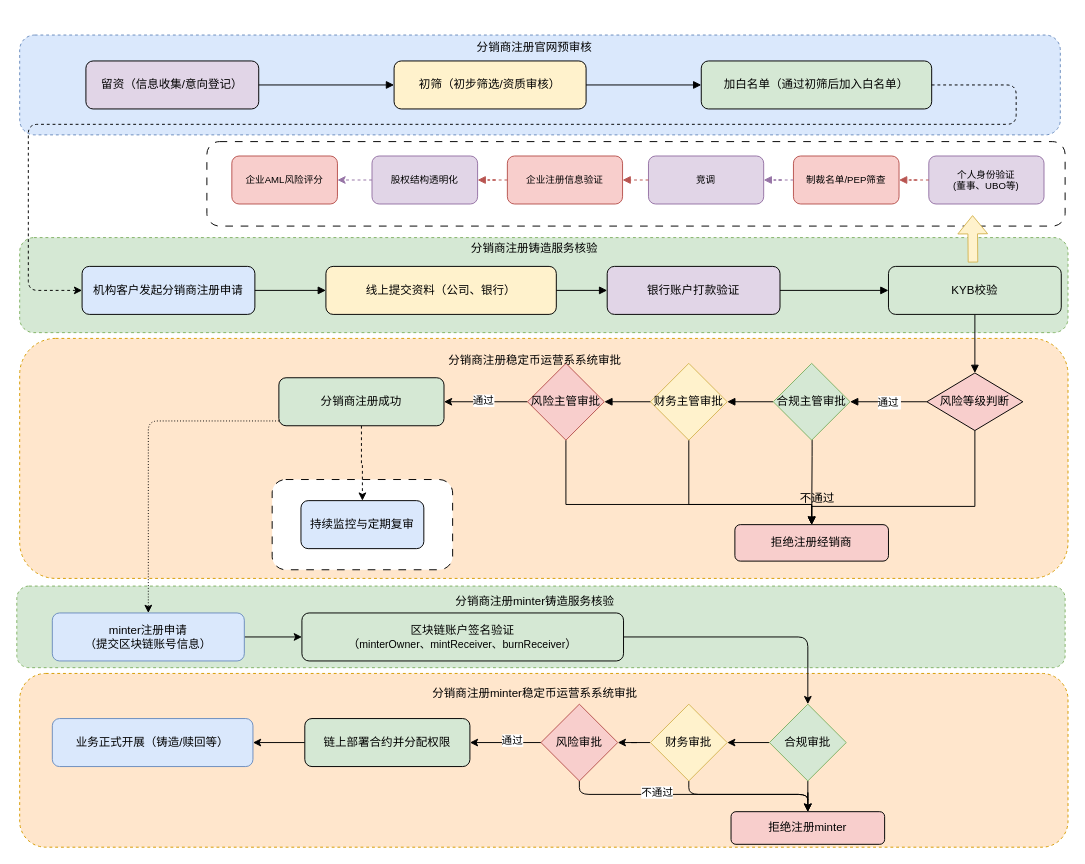
The draw.io diagram sc.drawio in mingzhenliu/doc, before the edit. Source tidied: cells renumbered, new cells numbered last; positions are measured from the earlier drawing's top-left corner, leaving out a move shared by most shapes. Both pictures are drawn from the tidied source at 96%, with x=0, y=0 at pixel (16, 16).
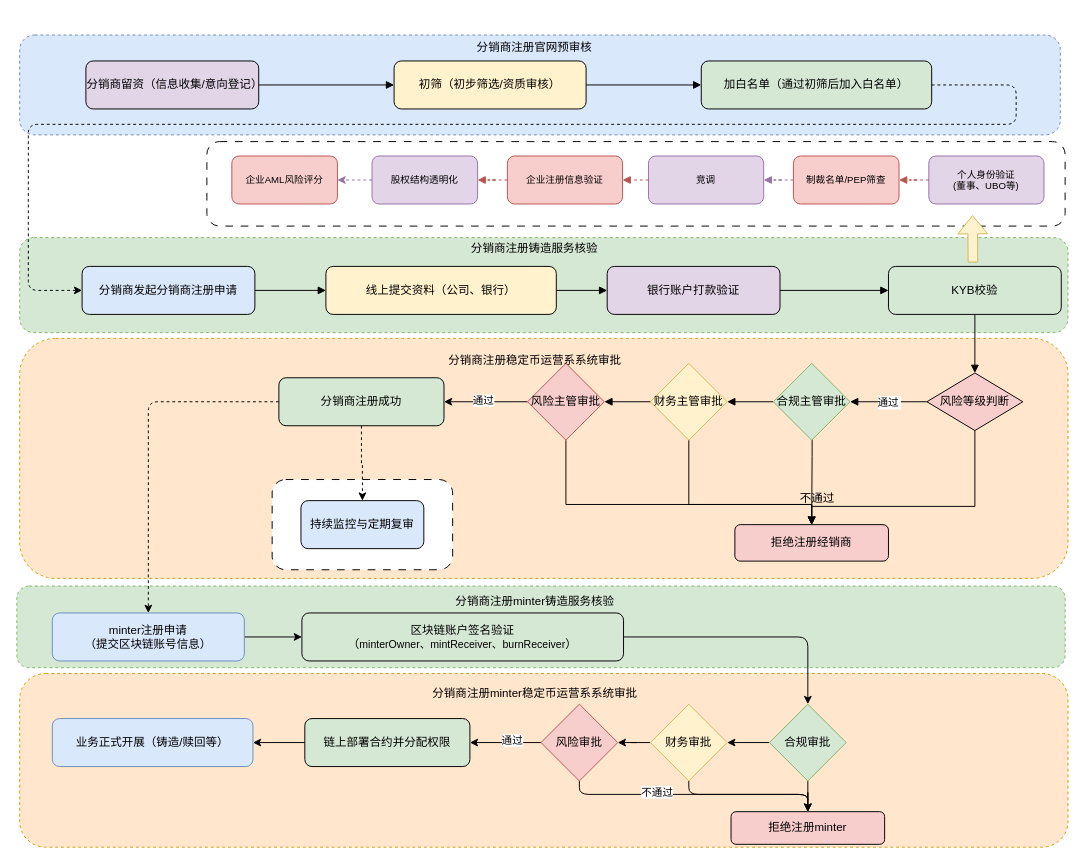
The same diagram, later.

Unchanged cells that the change refers to:
```xml
<mxCell id="19" value="minter注册申请&lt;div&gt;（提交区块链账号信息）&lt;/div&gt;" style="rounded=1;whiteSpace=wrap;html=1;fillColor=#dae8fc;flipH=1;strokeColor=#6c8ebf;" parent="1" vertex="1">
  <mxGeometry x="37" y="621" width="200" height="50" as="geometry" />
</mxCell>
<mxCell id="24" value="分销商注册成功" style="rounded=1;whiteSpace=wrap;html=1;fillColor=#d5e8d4;" parent="1" vertex="1">
  <mxGeometry x="273" y="376" width="172" height="50" as="geometry" />
</mxCell>
<mxCell id="26" value="持续监控与定期复审" style="rounded=1;whiteSpace=wrap;html=1;fillColor=#dae8fc;" parent="1" vertex="1">
  <mxGeometry x="296" y="504" width="128" height="50" as="geometry" />
</mxCell>
```

Change to the diagram source:
```diff
@@
-    <mxCell id="10" value="留资（信息收集/意向登记）" style="rounded=1;whiteSpace=wrap;html=1;fillColor=#e1d5e7;" parent="1" vertex="1">
+    <mxCell id="10" value="分销商留资（信息收集/意向登记）" style="rounded=1;whiteSpace=wrap;html=1;fillColor=#e1d5e7;" parent="1" vertex="1">
       <mxGeometry x="72" y="46" width="180" height="50" as="geometry" />
     </mxCell>
@@
-    <mxCell id="15" value="机构客户发起分销商注册申请" style="rounded=1;whiteSpace=wrap;html=1;fillColor=#dae8fc;" parent="1" vertex="1">
+    <mxCell id="15" value="分销商发起分销商注册申请" style="rounded=1;whiteSpace=wrap;html=1;fillColor=#dae8fc;" parent="1" vertex="1">
       <mxGeometry x="68" y="260" width="180" height="50" as="geometry" />
     </mxCell>
@@
+    <mxCell id="23" style="edgeStyle=orthogonalEdgeStyle;rounded=0;jettySize=auto;html=1;entryX=0.5;entryY=0;entryDx=0;entryDy=0;dashed=1;" parent="1" edge="1" source="24" target="26">
+      <mxGeometry relative="1" as="geometry" />
+    </mxCell>
-    <mxCell id="22" style="edgeStyle=orthogonalEdgeStyle;rounded=1;jettySize=auto;html=1;curved=0;dashed=1;dashPattern=1 2;entryX=0.5;entryY=0;entryDx=0;entryDy=0;" parent="1" edge="1" source="24" target="19">
-      <mxGeometry relative="1" as="geometry">
-        <Array as="points">
-          <mxPoint x="137" y="421" />
-        </Array>
-      </mxGeometry>
+    <mxCell id="22" style="edgeStyle=orthogonalEdgeStyle;rounded=1;jettySize=auto;html=1;curved=0;dashed=1;" parent="1" edge="1" source="24" target="19">
+      <mxGeometry relative="1" as="geometry" />
     </mxCell>
-    <mxCell id="23" style="edgeStyle=orthogonalEdgeStyle;rounded=0;jettySize=auto;html=1;entryX=0.5;entryY=0;entryDx=0;entryDy=0;dashed=1;" parent="1" edge="1" source="24" target="26">
-      <mxGeometry relative="1" as="geometry" />
-    </mxCell>
```
